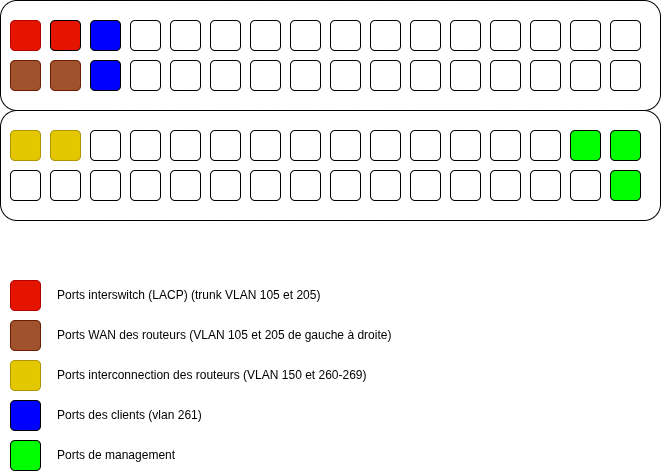
Above: docs/assets/SwitchPhysique.drawio.png in DSISportLudique/SportLudique2Doc (draw.io), before the change. Source tidied: cells renumbered, new cells last; positions are measured from the earlier drawing's top-left corner, leaving out a move shared by most shapes.
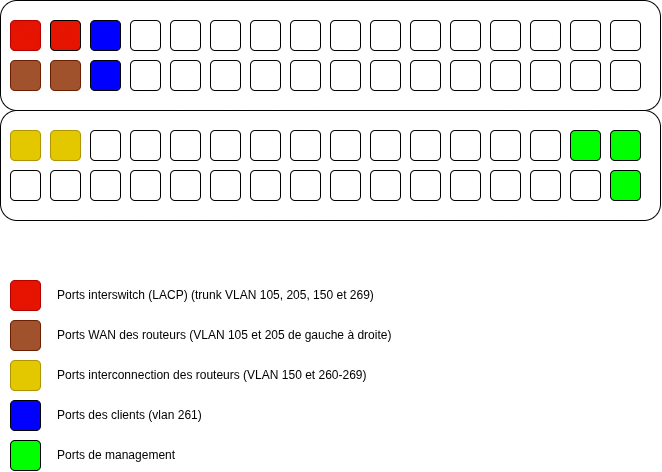
The same diagram one commit later.

Commit message:
updated physical diagram with new trunk vlans

The edit, as a diff of the source:
```diff
@@ -191,8 +191,8 @@
     <mxCell id="64" style="rounded=1;whiteSpace=wrap;html=1;" parent="1" vertex="1">
       <mxGeometry x="570" y="170" width="30" height="30" as="geometry" />
     </mxCell>
-    <mxCell id="65" value="Ports interswitch (LACP) (trunk VLAN 105 et 205)" style="text;html=1;whiteSpace=wrap;strokeColor=none;fillColor=none;align=left;verticalAlign=middle;rounded=0;" parent="1" vertex="1">
-      <mxGeometry x="55" y="280" width="305" height="30" as="geometry" />
+    <mxCell id="65" value="Ports interswitch (LACP) (trunk VLAN 105, 205, 150 et 269)" style="text;html=1;whiteSpace=wrap;strokeColor=none;fillColor=none;align=left;verticalAlign=middle;rounded=0;" parent="1" vertex="1">
+      <mxGeometry x="55" y="280" width="370" height="30" as="geometry" />
     </mxCell>
     <mxCell id="66" style="rounded=1;whiteSpace=wrap;html=1;fillColor=#a0522d;fontColor=#ffffff;strokeColor=#6D1F00;" parent="1" vertex="1">
       <mxGeometry x="10" y="320" width="30" height="30" as="geometry" />
```
